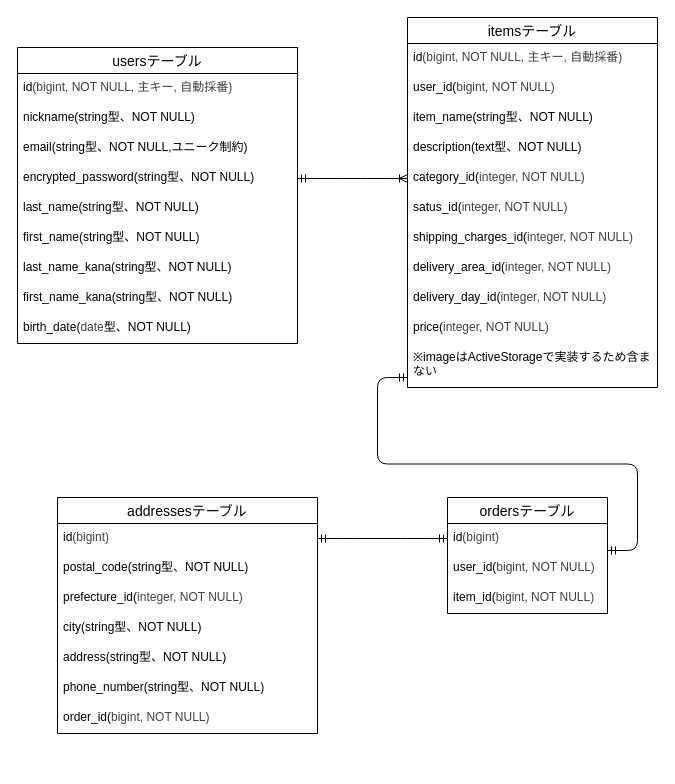
Above: frima.dio in hamaaaaaaaa/furima-45741 (draw.io), before the change. Source tidied: cells renumbered, new cells numbered last; positions are measured from the earlier drawing's top-left corner, leaving out a move shared by most shapes. Both pictures are drawn from the tidied source at 100%, with x=0, y=0 at pixel (17, 17).
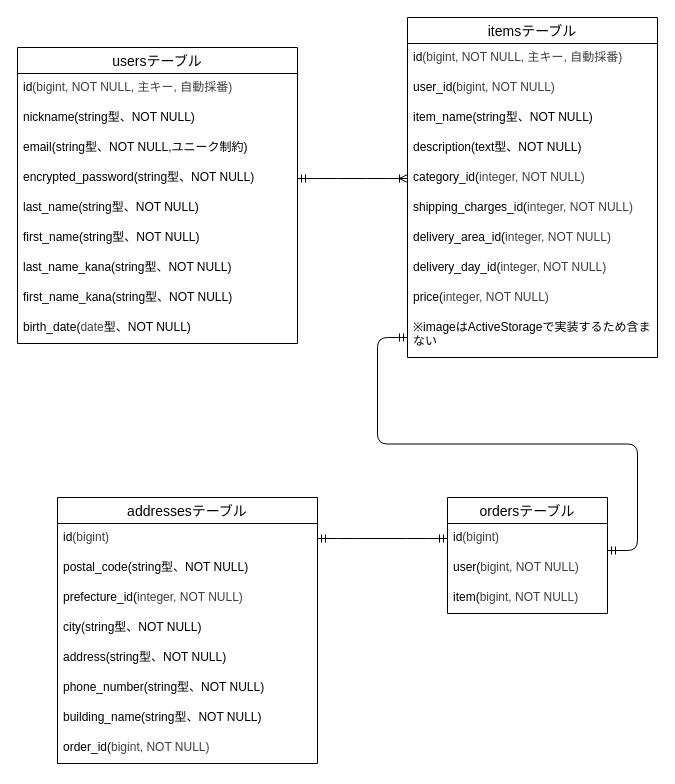
Above is the later version.

Commit message (it also covers changes not shown here):
ER図等の修正

The change refers to these unchanged cells:
```xml
<mxCell id="12" value="ordersテーブル" style="swimlane;fontStyle=0;horizontal=1;startSize=26;align=center;fontSize=14;" parent="1" vertex="1">
  <mxGeometry x="430" y="480" width="160" height="116" as="geometry" />
</mxCell>
```

The edit, as a diff of the source:
```diff
@@
-    <mxCell id="14" value="user_id&lt;span style=&quot;color: rgb(0, 0, 0);&quot;&gt;(&lt;/span&gt;&lt;span style=&quot;scrollbar-color: rgb(226, 226, 226) rgb(251, 251, 251); background-color: transparent; color: rgb(63, 63, 63);&quot;&gt;bigint, NOT NULL)&lt;/span&gt;&lt;span style=&quot;scrollbar-color: rgb(226, 226, 226) rgb(251, 251, 251); background-color: transparent; color: rgb(63, 63, 63);&quot; class=&quot;Apple-converted-space&quot;&gt;&amp;nbsp;&lt;/span&gt;" style="text;strokeColor=none;fillColor=none;spacingLeft=4;spacingRight=4;overflow=hidden;fontSize=12;whiteSpace=wrap;html=1;" parent="12" vertex="1">
+    <mxCell id="14" value="user&lt;span style=&quot;color: rgb(0, 0, 0);&quot;&gt;(&lt;/span&gt;&lt;span style=&quot;scrollbar-color: rgb(226, 226, 226) rgb(251, 251, 251); background-color: transparent; color: rgb(63, 63, 63);&quot;&gt;bigint, NOT NULL)&lt;/span&gt;&lt;span style=&quot;scrollbar-color: rgb(226, 226, 226) rgb(251, 251, 251); background-color: transparent; color: rgb(63, 63, 63);&quot; class=&quot;Apple-converted-space&quot;&gt;&amp;nbsp;&lt;/span&gt;" style="text;strokeColor=none;fillColor=none;spacingLeft=4;spacingRight=4;overflow=hidden;fontSize=12;whiteSpace=wrap;html=1;" parent="12" vertex="1">
       <mxGeometry y="56" width="160" height="30" as="geometry" />
     </mxCell>
-    <mxCell id="15" value="item_id&lt;span style=&quot;color: rgb(0, 0, 0); scrollbar-color: rgb(226, 226, 226) rgb(251, 251, 251);&quot;&gt;(&lt;/span&gt;&lt;span style=&quot;color: rgb(63, 63, 63); scrollbar-color: rgb(226, 226, 226) rgb(251, 251, 251); background-color: transparent;&quot;&gt;bigint, NOT NULL)&lt;/span&gt;&lt;span style=&quot;color: rgb(63, 63, 63); scrollbar-color: rgb(226, 226, 226) rgb(251, 251, 251); background-color: transparent;&quot; class=&quot;Apple-converted-space&quot;&gt;&amp;nbsp;&lt;/span&gt;" style="text;strokeColor=none;fillColor=none;spacingLeft=4;spacingRight=4;overflow=hidden;fontSize=12;whiteSpace=wrap;html=1;" parent="12" vertex="1">
+    <mxCell id="15" value="item&lt;span style=&quot;color: rgb(0, 0, 0); scrollbar-color: rgb(226, 226, 226) rgb(251, 251, 251);&quot;&gt;(&lt;/span&gt;&lt;span style=&quot;color: rgb(63, 63, 63); scrollbar-color: rgb(226, 226, 226) rgb(251, 251, 251); background-color: transparent;&quot;&gt;bigint, NOT NULL)&lt;/span&gt;&lt;span style=&quot;color: rgb(63, 63, 63); scrollbar-color: rgb(226, 226, 226) rgb(251, 251, 251); background-color: transparent;&quot; class=&quot;Apple-converted-space&quot;&gt;&amp;nbsp;&lt;/span&gt;" style="text;strokeColor=none;fillColor=none;spacingLeft=4;spacingRight=4;overflow=hidden;fontSize=12;whiteSpace=wrap;html=1;" parent="12" vertex="1">
       <mxGeometry y="86" width="160" height="30" as="geometry" />
     </mxCell>
     <mxCell id="16" value="itemsテーブル" style="swimlane;fontStyle=0;horizontal=1;startSize=26;align=center;fontSize=14;" parent="1" vertex="1">
-      <mxGeometry x="390" width="250" height="370" as="geometry" />
+      <mxGeometry x="390" width="250" height="340" as="geometry" />
     </mxCell>
@@
-    <mxCell id="22" value="satus_id&lt;span style=&quot;color: rgb(0, 0, 0);&quot;&gt;(&lt;/span&gt;&lt;span style=&quot;scrollbar-color: rgb(226, 226, 226) rgb(251, 251, 251); background-color: transparent; color: rgb(63, 63, 63);&quot;&gt;integer, NOT NULL)&lt;/span&gt;" style="text;strokeColor=none;fillColor=none;spacingLeft=4;spacingRight=4;overflow=hidden;fontSize=12;whiteSpace=wrap;html=1;" parent="16" vertex="1">
-      <mxGeometry y="176" width="250" height="30" as="geometry" />
-    </mxCell>
     <mxCell id="23" value="shipping_charges_id&lt;span style=&quot;scrollbar-color: rgb(226, 226, 226) rgb(251, 251, 251); color: rgb(0, 0, 0);&quot;&gt;(&lt;/span&gt;&lt;span style=&quot;scrollbar-color: rgb(226, 226, 226) rgb(251, 251, 251); background-color: transparent; color: rgb(63, 63, 63);&quot;&gt;integer, NOT NULL)&lt;/span&gt;" style="text;strokeColor=none;fillColor=none;spacingLeft=4;spacingRight=4;overflow=hidden;fontSize=12;whiteSpace=wrap;html=1;" parent="16" vertex="1">
-      <mxGeometry y="206" width="250" height="30" as="geometry" />
+      <mxGeometry y="176" width="250" height="30" as="geometry" />
     </mxCell>
     <mxCell id="24" value="delivery_area_id&lt;span style=&quot;scrollbar-color: rgb(226, 226, 226) rgb(251, 251, 251); color: rgb(0, 0, 0);&quot;&gt;(&lt;/span&gt;&lt;span style=&quot;scrollbar-color: rgb(226, 226, 226) rgb(251, 251, 251); background-color: transparent; color: rgb(63, 63, 63);&quot;&gt;integer, NOT NULL)&lt;/span&gt;" style="text;strokeColor=none;fillColor=none;spacingLeft=4;spacingRight=4;overflow=hidden;fontSize=12;whiteSpace=wrap;html=1;" parent="16" vertex="1">
-      <mxGeometry y="236" width="250" height="30" as="geometry" />
+      <mxGeometry y="206" width="250" height="30" as="geometry" />
     </mxCell>
     <mxCell id="25" value="delivery_day_id&lt;span style=&quot;scrollbar-color: rgb(226, 226, 226) rgb(251, 251, 251); color: rgb(0, 0, 0);&quot;&gt;(&lt;/span&gt;&lt;span style=&quot;scrollbar-color: rgb(226, 226, 226) rgb(251, 251, 251); background-color: transparent; color: rgb(63, 63, 63);&quot;&gt;integer, NOT NULL)&lt;/span&gt;" style="text;strokeColor=none;fillColor=none;spacingLeft=4;spacingRight=4;overflow=hidden;fontSize=12;whiteSpace=wrap;html=1;" parent="16" vertex="1">
-      <mxGeometry y="266" width="250" height="30" as="geometry" />
+      <mxGeometry y="236" width="250" height="30" as="geometry" />
     </mxCell>
     <mxCell id="26" value="price&lt;span style=&quot;scrollbar-color: rgb(226, 226, 226) rgb(251, 251, 251); color: rgb(0, 0, 0);&quot;&gt;(&lt;/span&gt;&lt;span style=&quot;scrollbar-color: rgb(226, 226, 226) rgb(251, 251, 251); background-color: transparent; color: rgb(63, 63, 63);&quot;&gt;integer, NOT NULL)&lt;/span&gt;" style="text;strokeColor=none;fillColor=none;spacingLeft=4;spacingRight=4;overflow=hidden;fontSize=12;whiteSpace=wrap;html=1;" parent="16" vertex="1">
-      <mxGeometry y="296" width="250" height="30" as="geometry" />
+      <mxGeometry y="266" width="250" height="30" as="geometry" />
     </mxCell>
     <mxCell id="27" value="※imageはActiveStorageで実装するため含まない" style="text;strokeColor=none;fillColor=none;spacingLeft=4;spacingRight=4;overflow=hidden;fontSize=12;whiteSpace=wrap;html=1;" parent="16" vertex="1">
-      <mxGeometry y="326" width="250" height="44" as="geometry" />
+      <mxGeometry y="296" width="250" height="44" as="geometry" />
     </mxCell>
     <mxCell id="28" value="addressesテーブル" style="swimlane;fontStyle=0;horizontal=1;startSize=26;align=center;fontSize=14;" parent="1" vertex="1">
-      <mxGeometry x="40" y="480" width="260" height="236" as="geometry" />
+      <mxGeometry x="40" y="480" width="260" height="266" as="geometry" />
     </mxCell>
@@
+    <mxCell id="39" value="building_name(string型、NOT NULL)" style="text;strokeColor=none;fillColor=none;spacingLeft=4;spacingRight=4;overflow=hidden;fontSize=12;whiteSpace=wrap;html=1;" parent="28" vertex="1">
+      <mxGeometry y="206" width="260" height="30" as="geometry" />
+    </mxCell>
     <mxCell id="35" value="order_id(&lt;span style=&quot;color: rgb(63, 63, 63); background-color: transparent;&quot;&gt;bigint, NOT NULL)&lt;/span&gt;" style="text;strokeColor=none;fillColor=none;spacingLeft=4;spacingRight=4;overflow=hidden;fontSize=12;whiteSpace=wrap;html=1;" parent="28" vertex="1">
-      <mxGeometry y="206" width="260" height="30" as="geometry" />
+      <mxGeometry y="236" width="260" height="30" as="geometry" />
     </mxCell>
@@
-    <mxCell id="37" style="edgeStyle=entityRelationEdgeStyle;fontSize=12;html=1;endArrow=ERmandOne;startArrow=ERmandOne;exitX=1;exitY=0.5;exitDx=0;exitDy=0;entryX=0;entryY=0.5;entryDx=0;entryDy=0;" parent="1" edge="1">
+    <mxCell id="37" style="edgeStyle=entityRelationEdgeStyle;fontSize=12;html=1;endArrow=ERmandOne;startArrow=ERmandOne;exitX=1;exitY=0.5;exitDx=0;exitDy=0;" parent="1" edge="1">
       <mxGeometry relative="1" as="geometry">
         <mxPoint x="590" y="533" as="sourcePoint" />
-        <mxPoint x="390" y="360" as="targetPoint" />
+        <mxPoint x="390" y="320" as="targetPoint" />
         <Array as="points">
           <mxPoint x="410" y="542" />
+          <mxPoint x="660" y="400" />
+          <mxPoint x="640" y="250" />
           <mxPoint x="430" y="532" />
         </Array>
       </mxGeometry>
     </mxCell>
```
